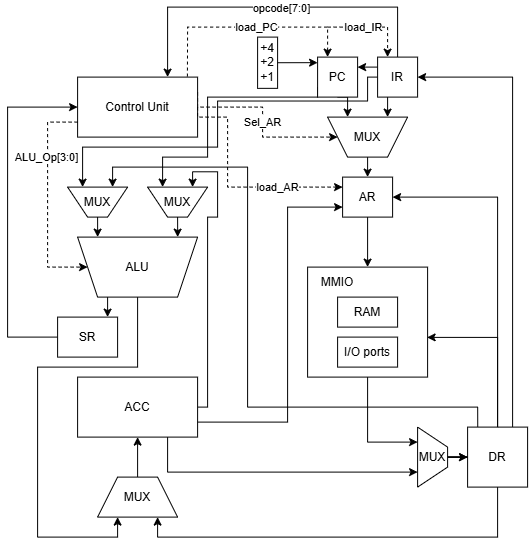
Before: схема_acc32_neumann.drawio.png, a diagram exported from draw.io (AlenaLuzhetskaia/Computer-Architecture). Source tidied: cells renumbered, new cells last; positions are measured from the earlier drawing's top-left corner, leaving out a move shared by most shapes.
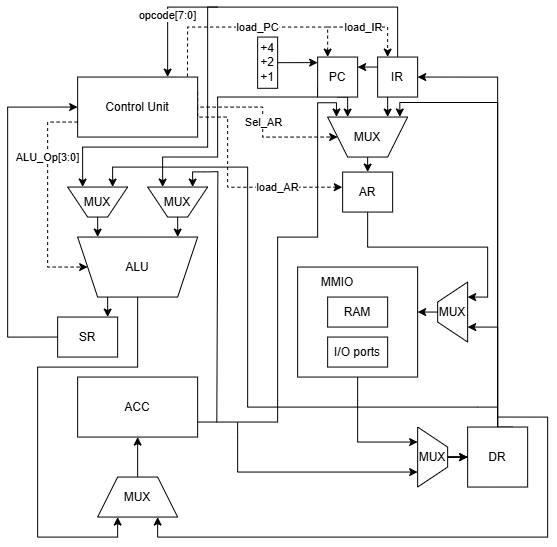
After the commit.

What changed in the source:
```diff
@@ -24,27 +24,25 @@
       <mxGeometry relative="1" as="geometry" />
     </mxCell>
     <mxCell id="6" style="rounded=0;whiteSpace=wrap;html=1;labelPosition=right;verticalLabelPosition=top;align=left;verticalAlign=bottom;" parent="1" vertex="1">
-      <mxGeometry x="300" y="260" width="120" height="110" as="geometry" />
+      <mxGeometry x="290" y="260" width="120" height="110" as="geometry" />
     </mxCell>
-    <mxCell id="7" style="edgeStyle=orthogonalEdgeStyle;rounded=0;jettySize=auto;html=1;exitX=1;exitY=0.5;exitDx=0;exitDy=0;entryX=0.25;entryY=1;entryDx=0;entryDy=0;" parent="1" edge="1" source="10" target="52">
-      <mxGeometry relative="1" as="geometry">
-        <Array as="points">
-          <mxPoint x="200" y="400" />
-          <mxPoint x="200" y="210" />
-          <mxPoint x="210" y="210" />
-          <mxPoint x="210" y="164.7" />
-          <mxPoint x="185" y="164.7" />
-        </Array>
-      </mxGeometry>
-    </mxCell>
-    <mxCell id="8" style="edgeStyle=orthogonalEdgeStyle;rounded=0;jettySize=auto;html=1;exitX=0.75;exitY=1;exitDx=0;exitDy=0;entryX=0.75;entryY=1;entryDx=0;entryDy=0;" parent="1" edge="1" source="10" target="51">
-      <mxGeometry relative="1" as="geometry" />
+    <mxCell id="8" style="edgeStyle=orthogonalEdgeStyle;rounded=0;jettySize=auto;html=1;entryX=0.75;entryY=1;entryDx=0;entryDy=0;" parent="1" edge="1" target="51">
+      <mxGeometry relative="1" as="geometry">
+        <mxPoint x="230" y="415.4" as="sourcePoint" />
+        <Array as="points">
+          <mxPoint x="230" y="430" />
+          <mxPoint x="230" y="465" />
+        </Array>
+      </mxGeometry>
     </mxCell>
-    <mxCell id="9" style="edgeStyle=orthogonalEdgeStyle;rounded=0;jettySize=auto;html=1;exitX=1;exitY=0.75;exitDx=0;exitDy=0;entryX=0;entryY=0.75;entryDx=0;entryDy=0;" parent="1" edge="1" source="10" target="23">
+    <mxCell id="9" style="edgeStyle=orthogonalEdgeStyle;rounded=0;jettySize=auto;html=1;exitX=1;exitY=0.75;exitDx=0;exitDy=0;entryX=0.89;entryY=1.002;entryDx=0;entryDy=0;entryPerimeter=0;" parent="1" edge="1" source="10" target="21">
       <mxGeometry relative="1" as="geometry">
         <Array as="points">
-          <mxPoint x="280" y="415" />
-          <mxPoint x="280" y="200" />
+          <mxPoint x="270" y="415" />
+          <mxPoint x="270" y="230" />
+          <mxPoint x="310" y="230" />
+          <mxPoint x="310" y="95.7" />
+          <mxPoint x="328.8" y="95.7" />
         </Array>
       </mxGeometry>
     </mxCell>
@@ -63,15 +61,14 @@
       </mxGeometry>
     </mxCell>
     <mxCell id="13" value="opcode[7:0]" style="edgeLabel;html=1;align=center;verticalAlign=middle;" parent="12" vertex="1">
-      <mxGeometry x="-0.05" y="1" relative="1" as="geometry" />
+      <mxGeometry x="0.65" y="-1" relative="1" as="geometry" />
     </mxCell>
-    <mxCell id="14" style="edgeStyle=orthogonalEdgeStyle;rounded=0;jettySize=auto;html=1;exitX=0;exitY=0.5;exitDx=0;exitDy=0;entryX=0.75;entryY=1;entryDx=0;entryDy=0;" parent="1" edge="1" source="16" target="48">
+    <mxCell id="14" style="edgeStyle=orthogonalEdgeStyle;rounded=0;jettySize=auto;html=1;entryX=0.75;entryY=1;entryDx=0;entryDy=0;" parent="1" edge="1" target="48">
       <mxGeometry relative="1" as="geometry">
+        <mxPoint x="210" as="sourcePoint" />
         <Array as="points">
-          <mxPoint x="360" y="70" />
-          <mxPoint x="360" y="93.9" />
-          <mxPoint x="210" y="93.9" />
-          <mxPoint x="210" y="140" />
+          <mxPoint x="200" />
+          <mxPoint x="200" y="140" />
           <mxPoint x="75" y="140" />
         </Array>
       </mxGeometry>
@@ -89,8 +86,8 @@
       <mxGeometry relative="1" as="geometry">
         <Array as="points">
           <mxPoint x="310" y="90" />
-          <mxPoint x="200" y="90" />
-          <mxPoint x="200" y="150" />
+          <mxPoint x="210" y="90" />
+          <mxPoint x="210" y="150" />
           <mxPoint x="155" y="150" />
         </Array>
       </mxGeometry>
@@ -104,20 +101,33 @@
     <mxCell id="21" value="MUX" style="shape=trapezoid;perimeter=trapezoidPerimeter;whiteSpace=wrap;html=1;fixedSize=1;direction=west;" parent="1" vertex="1">
       <mxGeometry x="320" y="110" width="80" height="40" as="geometry" />
     </mxCell>
-    <mxCell id="22" style="edgeStyle=orthogonalEdgeStyle;rounded=0;jettySize=auto;html=1;exitX=0.5;exitY=1;exitDx=0;exitDy=0;entryX=0.5;entryY=0;entryDx=0;entryDy=0;" parent="1" edge="1" source="23" target="6">
+    <mxCell id="22" style="edgeStyle=orthogonalEdgeStyle;rounded=0;jettySize=auto;html=1;exitX=0.5;exitY=1;exitDx=0;exitDy=0;entryX=0.75;entryY=1;entryDx=0;entryDy=0;" parent="1" edge="1" source="23" target="57">
       <mxGeometry relative="1" as="geometry" />
     </mxCell>
     <mxCell id="23" value="AR" style="rounded=0;whiteSpace=wrap;html=1;" parent="1" vertex="1">
-      <mxGeometry x="335" y="170" width="50" height="40" as="geometry" />
+      <mxGeometry x="335" y="165" width="50" height="40" as="geometry" />
     </mxCell>
     <mxCell id="24" style="edgeStyle=orthogonalEdgeStyle;rounded=0;jettySize=auto;html=1;exitX=0.75;exitY=0;exitDx=0;exitDy=0;entryX=1;entryY=0.5;entryDx=0;entryDy=0;" parent="1" edge="1" source="28" target="16">
-      <mxGeometry relative="1" as="geometry" />
+      <mxGeometry relative="1" as="geometry">
+        <Array as="points">
+          <mxPoint x="490" y="420" />
+          <mxPoint x="490" y="70" />
+        </Array>
+      </mxGeometry>
     </mxCell>
-    <mxCell id="25" style="edgeStyle=orthogonalEdgeStyle;rounded=0;jettySize=auto;html=1;exitX=0.5;exitY=1;exitDx=0;exitDy=0;entryX=0.75;entryY=1;entryDx=0;entryDy=0;" parent="1" edge="1" source="28" target="30">
-      <mxGeometry relative="1" as="geometry" />
+    <mxCell id="25" style="edgeStyle=orthogonalEdgeStyle;rounded=0;jettySize=auto;html=1;entryX=0.75;entryY=1;entryDx=0;entryDy=0;" parent="1" edge="1" target="30">
+      <mxGeometry relative="1" as="geometry">
+        <mxPoint x="490" y="410" as="sourcePoint" />
+        <Array as="points">
+          <mxPoint x="540" y="410" />
+          <mxPoint x="540" y="530" />
+          <mxPoint x="150" y="530" />
+        </Array>
+      </mxGeometry>
     </mxCell>
-    <mxCell id="26" style="edgeStyle=orthogonalEdgeStyle;rounded=0;jettySize=auto;html=1;exitX=0.169;exitY=0.001;exitDx=0;exitDy=0;entryX=0.25;entryY=1;entryDx=0;entryDy=0;exitPerimeter=0;" parent="1" edge="1" source="28" target="48">
+    <mxCell id="26" style="edgeStyle=orthogonalEdgeStyle;rounded=0;jettySize=auto;html=1;entryX=0.25;entryY=1;entryDx=0;entryDy=0;" parent="1" edge="1" target="48">
       <mxGeometry relative="1" as="geometry">
+        <mxPoint x="490" y="400" as="sourcePoint" />
         <Array as="points">
           <mxPoint x="470.1" y="400" />
           <mxPoint x="240" y="400" />
@@ -126,8 +136,13 @@
         </Array>
       </mxGeometry>
     </mxCell>
-    <mxCell id="27" style="edgeStyle=orthogonalEdgeStyle;rounded=0;jettySize=auto;html=1;exitX=0.5;exitY=0;exitDx=0;exitDy=0;entryX=1;entryY=0.5;entryDx=0;entryDy=0;" parent="1" edge="1" source="28" target="23">
-      <mxGeometry relative="1" as="geometry" />
+    <mxCell id="27" style="edgeStyle=orthogonalEdgeStyle;rounded=0;jettySize=auto;html=1;exitX=0.5;exitY=0;exitDx=0;exitDy=0;entryX=0.098;entryY=1.002;entryDx=0;entryDy=0;entryPerimeter=0;" parent="1" edge="1" source="28" target="21">
+      <mxGeometry relative="1" as="geometry">
+        <Array as="points">
+          <mxPoint x="490" y="95.5" />
+          <mxPoint x="392.2" y="95.5" />
+        </Array>
+      </mxGeometry>
     </mxCell>
     <mxCell id="28" value="DR" style="rounded=0;whiteSpace=wrap;html=1;" parent="1" vertex="1">
       <mxGeometry x="460" y="420" width="60" height="60" as="geometry" />
@@ -179,12 +194,12 @@
     <mxCell id="38" value="load_IR" style="edgeLabel;html=1;align=center;verticalAlign=middle;" parent="37" vertex="1">
       <mxGeometry x="-0.21" relative="1" as="geometry" />
     </mxCell>
-    <mxCell id="39" style="edgeStyle=orthogonalEdgeStyle;rounded=0;jettySize=auto;html=1;exitX=1;exitY=0.5;exitDx=0;exitDy=0;entryX=0;entryY=0.25;entryDx=0;entryDy=0;dashed=1;" parent="1" edge="1" source="33" target="23">
+    <mxCell id="39" style="edgeStyle=orthogonalEdgeStyle;rounded=0;jettySize=auto;html=1;exitX=1;exitY=0.5;exitDx=0;exitDy=0;entryX=-0.007;entryY=0.379;entryDx=0;entryDy=0;dashed=1;entryPerimeter=0;" parent="1" edge="1" source="33" target="23">
       <mxGeometry relative="1" as="geometry">
         <Array as="points">
           <mxPoint x="190" y="110" />
           <mxPoint x="220" y="110" />
-          <mxPoint x="220" y="180" />
+          <mxPoint x="220" y="180.2" />
         </Array>
       </mxGeometry>
     </mxCell>
@@ -218,10 +233,10 @@
       <mxGeometry x="300" y="260" width="60" height="30" as="geometry" />
     </mxCell>
     <mxCell id="46" value="RAM" style="rounded=0;whiteSpace=wrap;html=1;" parent="1" vertex="1">
-      <mxGeometry x="330" y="290" width="60" height="30" as="geometry" />
+      <mxGeometry x="320" y="290" width="60" height="30" as="geometry" />
     </mxCell>
     <mxCell id="47" value="I/O ports" style="rounded=0;whiteSpace=wrap;html=1;" parent="1" vertex="1">
-      <mxGeometry x="330" y="330" width="60" height="30" as="geometry" />
+      <mxGeometry x="320" y="330" width="60" height="30" as="geometry" />
     </mxCell>
     <mxCell id="48" value="MUX" style="shape=trapezoid;perimeter=trapezoidPerimeter;whiteSpace=wrap;html=1;fixedSize=1;direction=west;" parent="1" vertex="1">
       <mxGeometry x="60" y="180" width="60" height="30" as="geometry" />
@@ -247,12 +262,28 @@
     <mxCell id="55" style="edgeStyle=orthogonalEdgeStyle;rounded=0;jettySize=auto;html=1;exitX=1;exitY=0.5;exitDx=0;exitDy=0;entryX=0;entryY=0.139;entryDx=0;entryDy=0;entryPerimeter=0;" parent="1" edge="1" source="34" target="19">
       <mxGeometry relative="1" as="geometry" />
     </mxCell>
-    <mxCell id="56" style="edgeStyle=orthogonalEdgeStyle;rounded=0;jettySize=auto;html=1;entryX=0.996;entryY=0.639;entryDx=0;entryDy=0;entryPerimeter=0;" parent="1" edge="1" source="28" target="6">
+    <mxCell id="56" style="edgeStyle=orthogonalEdgeStyle;rounded=0;jettySize=auto;html=1;entryX=0.25;entryY=1;entryDx=0;entryDy=0;" parent="1" edge="1" source="28" target="57">
       <mxGeometry relative="1" as="geometry">
         <Array as="points">
-          <mxPoint x="490" y="330.3" />
+          <mxPoint x="490" y="320" />
         </Array>
       </mxGeometry>
     </mxCell>
+    <mxCell id="57" value="MUX" style="shape=trapezoid;perimeter=trapezoidPerimeter;whiteSpace=wrap;html=1;fixedSize=1;direction=north;" parent="1" vertex="1">
+      <mxGeometry x="430" y="275" width="30" height="60" as="geometry" />
+    </mxCell>
+    <mxCell id="58" style="edgeStyle=orthogonalEdgeStyle;rounded=0;jettySize=auto;html=1;exitX=0.5;exitY=0;exitDx=0;exitDy=0;entryX=1;entryY=0.409;entryDx=0;entryDy=0;entryPerimeter=0;" parent="1" edge="1" source="57" target="6">
+      <mxGeometry relative="1" as="geometry" />
+    </mxCell>
+    <mxCell id="59" style="endArrow=classic;html=1;rounded=0;entryX=0.25;entryY=1;entryDx=0;entryDy=0;" parent="1" edge="1" target="52">
+      <mxGeometry relative="1" as="geometry">
+        <mxPoint x="209.2" y="415.2" as="sourcePoint" />
+        <Array as="points">
+          <mxPoint x="210.2" y="164.6" />
+          <mxPoint x="197.3" y="164.9" />
+          <mxPoint x="185" y="164.8" />
+        </Array>
+      </mxGeometry>
+    </mxCell>
   </root>
 </mxGraphModel>
```
